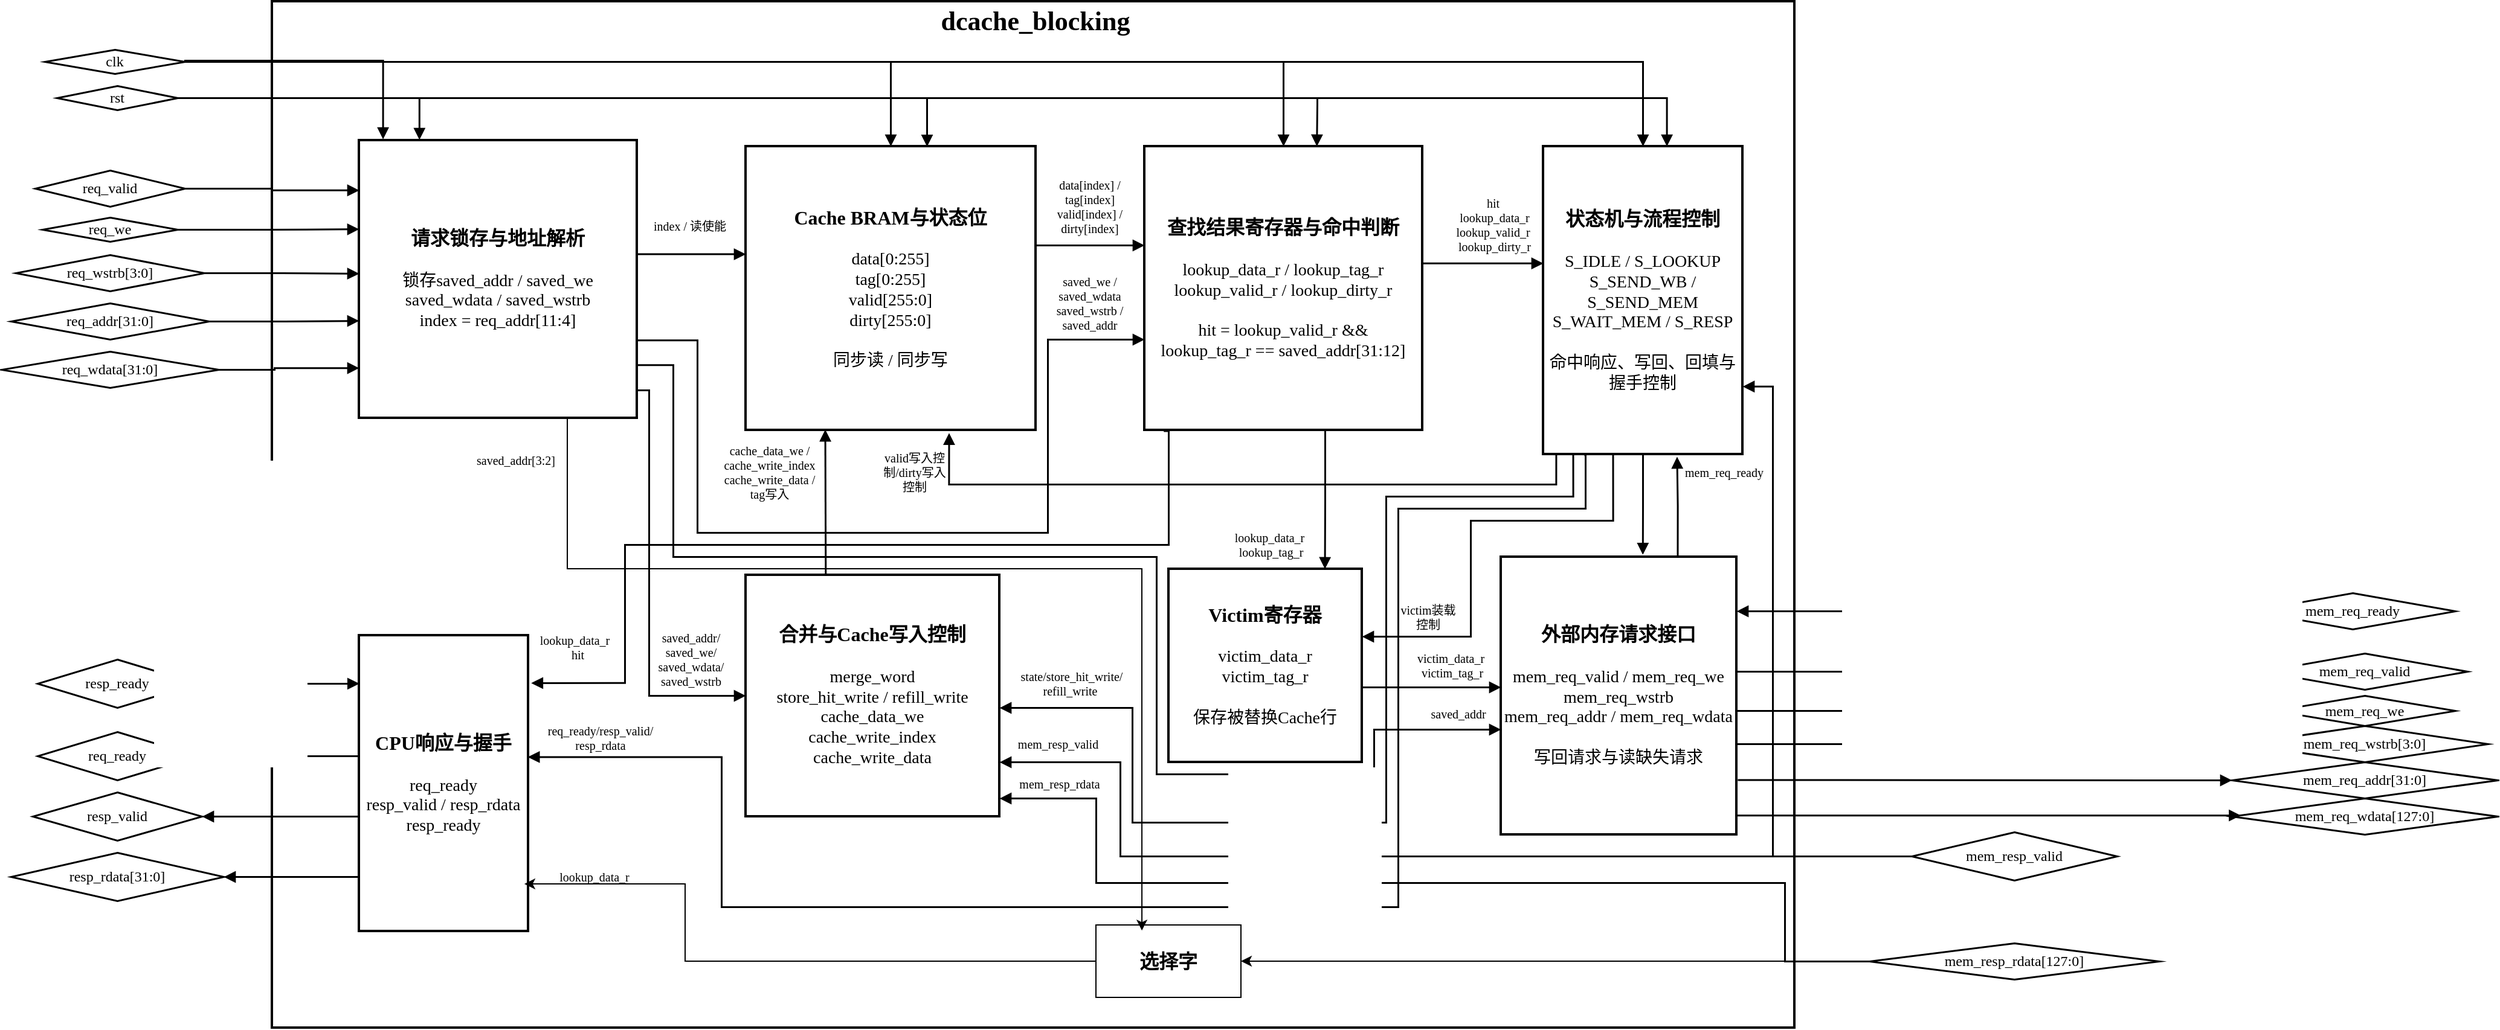
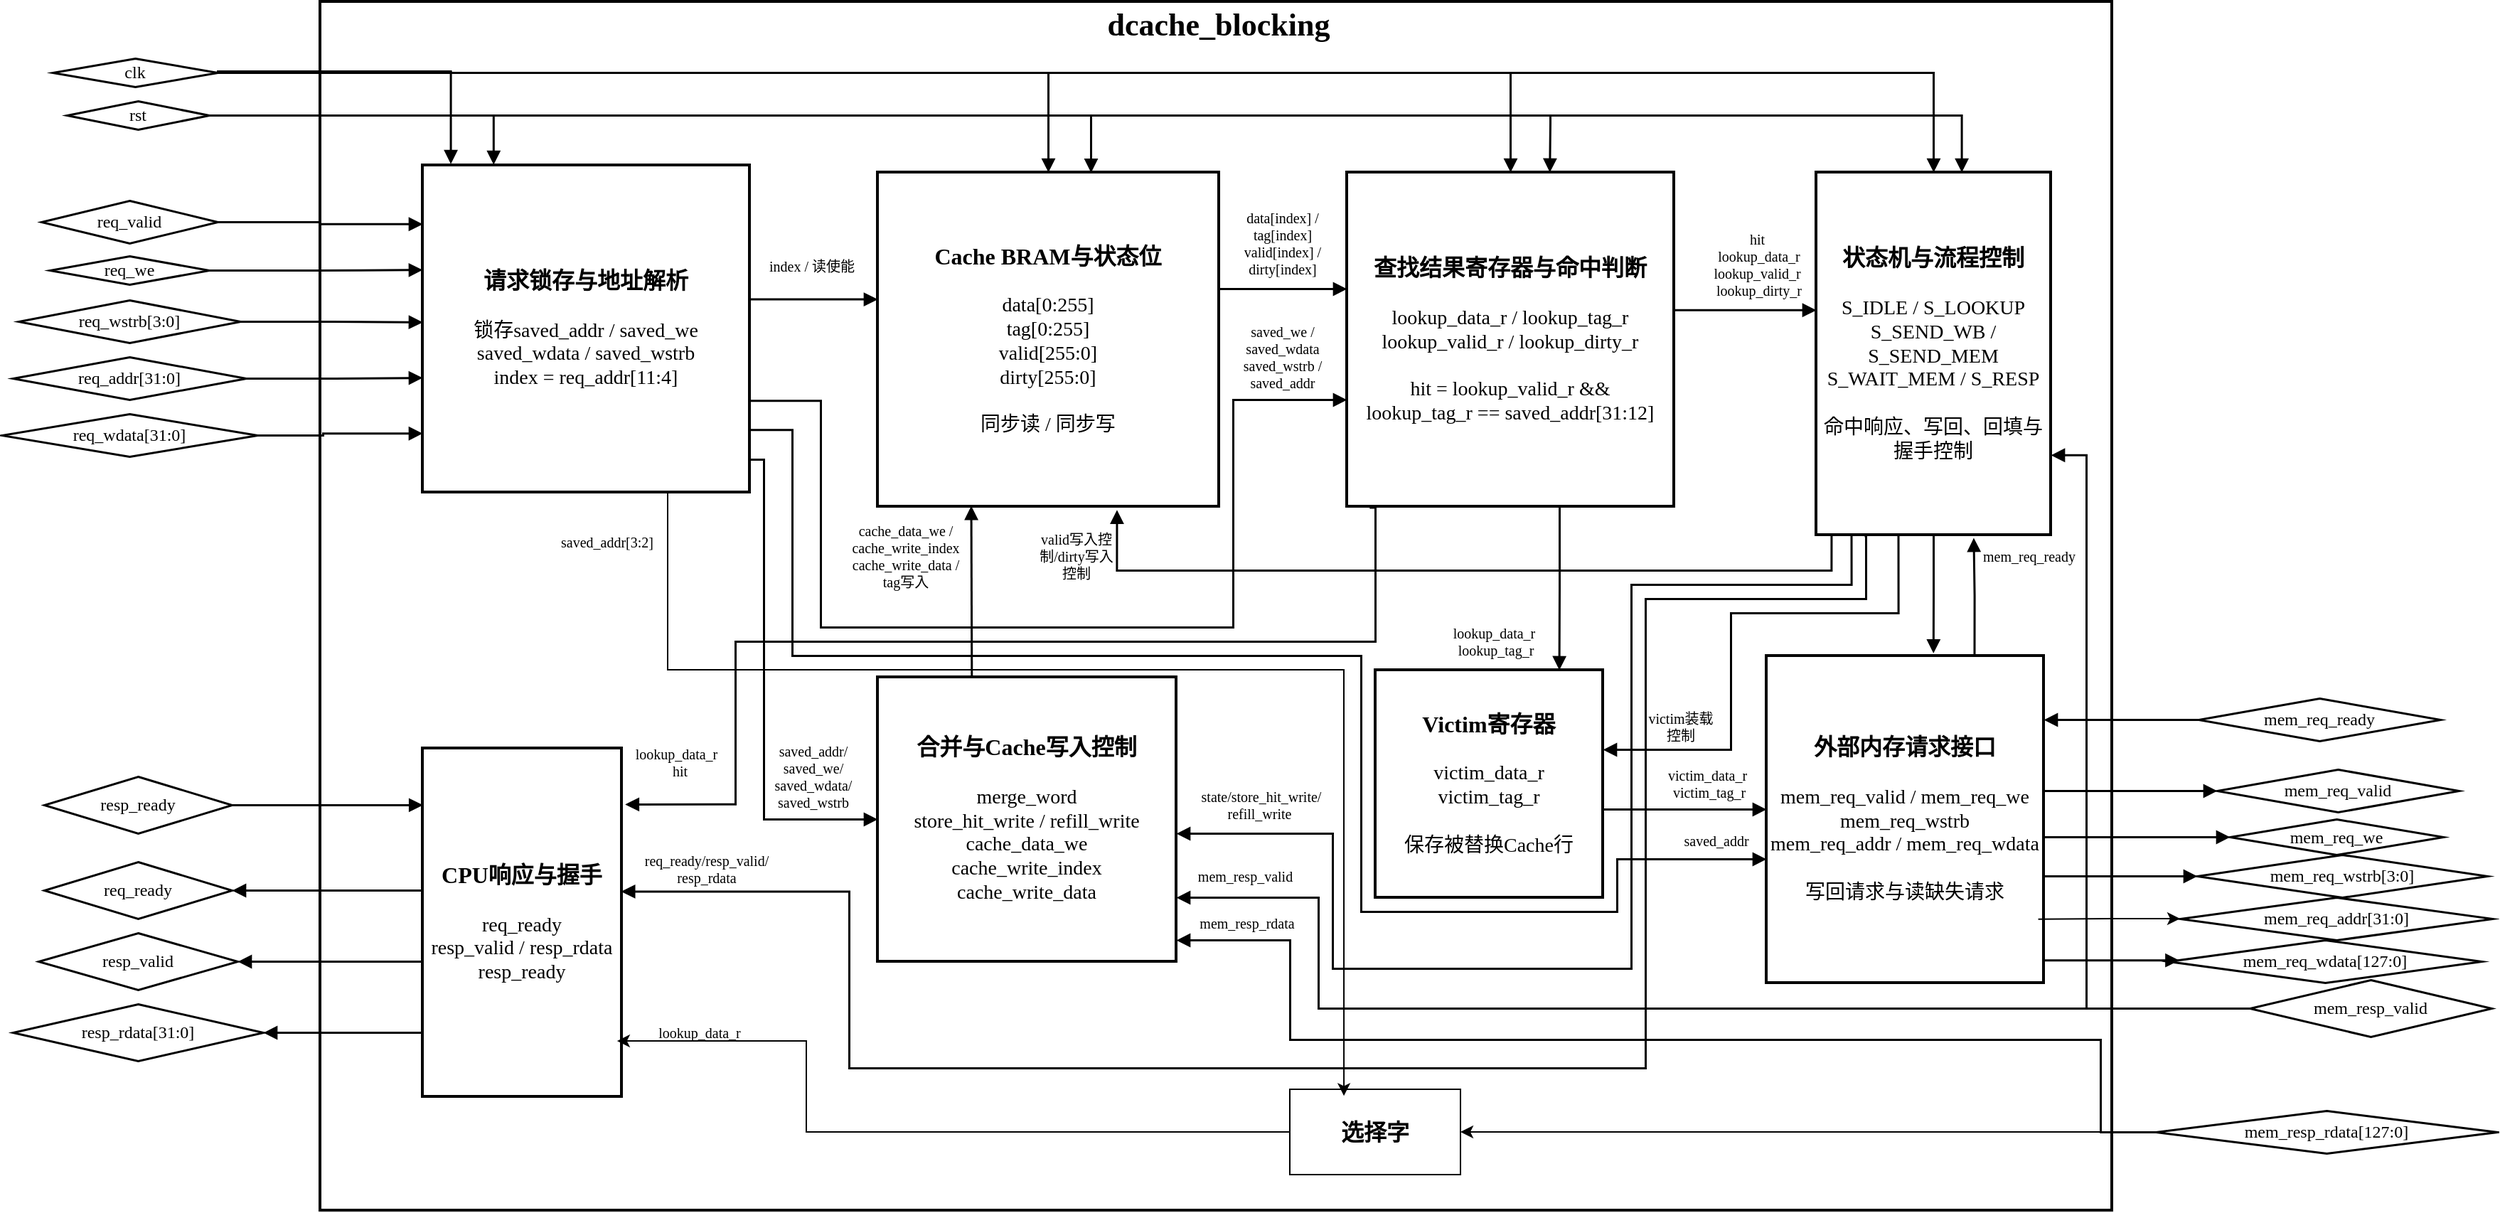
<mxfile host="Electron">
  <diagram id="dcache-bram-structure" name="dcache_blocking BRAM结构图">
-     <mxGraphModel dx="1712" dy="1002" grid="1" gridSize="10" guides="1" tooltips="1" connect="1" arrows="1" fold="1" page="1" pageScale="1" pageWidth="9800" pageHeight="5000" math="0" shadow="0">
+     <mxGraphModel dx="2568" dy="1503" grid="1" gridSize="10" guides="1" tooltips="1" connect="1" arrows="1" fold="1" page="1" pageScale="1" pageWidth="9800" pageHeight="5000" math="0" shadow="0">
      <root>
        <mxCell id="0" />
        <mxCell id="1" parent="0" />
        <mxCell id="outer" parent="1" style="rounded=0;whiteSpace=wrap;html=1;fillColor=none;strokeColor=#000000;strokeWidth=2;" value="" vertex="1">
          <mxGeometry height="850" width="1260" x="1638" y="1010" as="geometry" />
        </mxCell>
        <mxCell id="title" parent="1" style="text;html=1;whiteSpace=wrap;strokeColor=none;fillColor=none;align=center;verticalAlign=middle;fontFamily=Microsoft YaHei;" value="&lt;b&gt;&lt;font style=&quot;font-size:22px;&quot;&gt;dcache_blocking&lt;/font&gt;&lt;/b&gt;" vertex="1">
          <mxGeometry height="34" width="400" x="2070" y="1010" as="geometry" />
        </mxCell>
        <mxCell id="clk" parent="1" style="shape=rhombus;perimeter=rhombusPerimeter;whiteSpace=wrap;html=1;fillColor=#ffffff;strokeColor=#000000;strokeWidth=1.5;fontFamily=Comic Sans MS;fontSize=12;align=center;verticalAlign=middle;spacing=0;" value="clk" vertex="1">
          <mxGeometry height="20" width="116" x="1450" y="1050" as="geometry" />
        </mxCell>
        <mxCell id="rst" parent="1" style="shape=rhombus;perimeter=rhombusPerimeter;whiteSpace=wrap;html=1;fillColor=#ffffff;strokeColor=#000000;strokeWidth=1.5;fontFamily=Comic Sans MS;fontSize=12;align=center;verticalAlign=middle;spacing=0;" value="rst" vertex="1">
          <mxGeometry height="20" width="100" x="1460" y="1080" as="geometry" />
        </mxCell>
        <mxCell id="req_valid" parent="1" style="shape=rhombus;perimeter=rhombusPerimeter;whiteSpace=wrap;html=1;fillColor=#ffffff;strokeColor=#000000;strokeWidth=1.5;fontFamily=Comic Sans MS;fontSize=12;align=center;verticalAlign=middle;spacing=0;" value="req_valid" vertex="1">
          <mxGeometry height="30" width="124" x="1442" y="1150" as="geometry" />
        </mxCell>
        <mxCell id="req_we" parent="1" style="shape=rhombus;perimeter=rhombusPerimeter;whiteSpace=wrap;html=1;fillColor=#ffffff;strokeColor=#000000;strokeWidth=1.5;fontFamily=Comic Sans MS;fontSize=12;align=center;verticalAlign=middle;spacing=0;" value="req_we" vertex="1">
          <mxGeometry height="20" width="112" x="1448" y="1189" as="geometry" />
        </mxCell>
        <mxCell id="req_wstrb" parent="1" style="shape=rhombus;perimeter=rhombusPerimeter;whiteSpace=wrap;html=1;fillColor=#ffffff;strokeColor=#000000;strokeWidth=1.5;fontFamily=Comic Sans MS;fontSize=12;align=center;verticalAlign=middle;spacing=0;" value="req_wstrb[3:0]" vertex="1">
          <mxGeometry height="30" width="156" x="1426" y="1220" as="geometry" />
        </mxCell>
        <mxCell id="req_addr" parent="1" style="shape=rhombus;perimeter=rhombusPerimeter;whiteSpace=wrap;html=1;fillColor=#ffffff;strokeColor=#000000;strokeWidth=1.5;fontFamily=Comic Sans MS;fontSize=12;align=center;verticalAlign=middle;spacing=0;" value="req_addr[31:0]" vertex="1">
          <mxGeometry height="30" width="164" x="1422" y="1260" as="geometry" />
        </mxCell>
        <mxCell id="req_wdata" parent="1" style="shape=rhombus;perimeter=rhombusPerimeter;whiteSpace=wrap;html=1;fillColor=#ffffff;strokeColor=#000000;strokeWidth=1.5;fontFamily=Comic Sans MS;fontSize=12;align=center;verticalAlign=middle;spacing=0;" value="req_wdata[31:0]" vertex="1">
          <mxGeometry height="30" width="180" x="1414" y="1300" as="geometry" />
        </mxCell>
        <mxCell id="resp_ready" parent="1" style="shape=rhombus;perimeter=rhombusPerimeter;whiteSpace=wrap;html=1;fillColor=#ffffff;strokeColor=#000000;strokeWidth=1.5;fontFamily=Comic Sans MS;fontSize=12;align=center;verticalAlign=middle;spacing=0;" value="resp_ready" vertex="1">
          <mxGeometry height="40" width="132" x="1444" y="1555" as="geometry" />
        </mxCell>
        <mxCell id="req_ready" parent="1" style="shape=rhombus;perimeter=rhombusPerimeter;whiteSpace=wrap;html=1;fillColor=#ffffff;strokeColor=#000000;strokeWidth=1.5;fontFamily=Comic Sans MS;fontSize=12;align=center;verticalAlign=middle;spacing=0;" value="req_ready" vertex="1">
          <mxGeometry height="40" width="132" x="1444" y="1615" as="geometry" />
        </mxCell>
        <mxCell id="resp_valid" parent="1" style="shape=rhombus;perimeter=rhombusPerimeter;whiteSpace=wrap;html=1;fillColor=#ffffff;strokeColor=#000000;strokeWidth=1.5;fontFamily=Comic Sans MS;fontSize=12;align=center;verticalAlign=middle;spacing=0;" value="resp_valid" vertex="1">
          <mxGeometry height="40" width="140" x="1440" y="1665" as="geometry" />
        </mxCell>
        <mxCell id="resp_rdata" parent="1" style="shape=rhombus;perimeter=rhombusPerimeter;whiteSpace=wrap;html=1;fillColor=#ffffff;strokeColor=#000000;strokeWidth=1.5;fontFamily=Comic Sans MS;fontSize=12;align=center;verticalAlign=middle;spacing=0;" value="resp_rdata[31:0]" vertex="1">
          <mxGeometry height="40" width="176" x="1422" y="1715" as="geometry" />
        </mxCell>
        <mxCell id="mem_req_ready" parent="1" style="shape=rhombus;perimeter=rhombusPerimeter;whiteSpace=wrap;html=1;fillColor=#ffffff;strokeColor=#000000;strokeWidth=1.5;fontFamily=Comic Sans MS;fontSize=12;align=center;verticalAlign=middle;spacing=0;" value="mem_req_ready" vertex="1">
-           <mxGeometry height="30" width="170" x="3275" y="1500" as="geometry" />
+           <mxGeometry height="30" width="170" x="2959" y="1500" as="geometry" />
        </mxCell>
        <mxCell id="mem_req_valid" parent="1" style="shape=rhombus;perimeter=rhombusPerimeter;whiteSpace=wrap;html=1;fillColor=#ffffff;strokeColor=#000000;strokeWidth=1.5;fontFamily=Comic Sans MS;fontSize=12;align=center;verticalAlign=middle;spacing=0;" value="mem_req_valid" vertex="1">
-           <mxGeometry height="30" width="170" x="3285" y="1550" as="geometry" />
+           <mxGeometry height="30" width="170" x="2972" y="1550" as="geometry" />
        </mxCell>
        <mxCell id="mem_req_we" parent="1" style="shape=rhombus;perimeter=rhombusPerimeter;whiteSpace=wrap;html=1;fillColor=#ffffff;strokeColor=#000000;strokeWidth=1.5;fontFamily=Comic Sans MS;fontSize=12;align=center;verticalAlign=middle;spacing=0;" value="mem_req_we" vertex="1">
-           <mxGeometry height="25" width="150" x="3295" y="1585" as="geometry" />
+           <mxGeometry height="25" width="150" x="2981" y="1585" as="geometry" />
        </mxCell>
        <mxCell id="mem_req_wstrb" parent="1" style="shape=rhombus;perimeter=rhombusPerimeter;whiteSpace=wrap;html=1;fillColor=#ffffff;strokeColor=#000000;strokeWidth=1.5;fontFamily=Comic Sans MS;fontSize=12;align=center;verticalAlign=middle;spacing=0;" value="mem_req_wstrb[3:0]" vertex="1">
-           <mxGeometry height="30" width="204" x="3268" y="1610" as="geometry" />
+           <mxGeometry height="30" width="204" x="2958" y="1610" as="geometry" />
        </mxCell>
        <mxCell id="mem_req_addr" parent="1" style="shape=rhombus;perimeter=rhombusPerimeter;whiteSpace=wrap;html=1;fillColor=#ffffff;strokeColor=#000000;strokeWidth=1.5;fontFamily=Comic Sans MS;fontSize=12;align=center;verticalAlign=middle;spacing=0;" value="mem_req_addr[31:0]" vertex="1">
-           <mxGeometry height="30" width="220" x="3260" y="1640" as="geometry" />
+           <mxGeometry height="30" width="220" x="2946" y="1640" as="geometry" />
        </mxCell>
        <mxCell id="mem_req_wdata" parent="1" style="shape=rhombus;perimeter=rhombusPerimeter;whiteSpace=wrap;html=1;fillColor=#ffffff;strokeColor=#000000;strokeWidth=1.5;fontFamily=Comic Sans MS;fontSize=12;align=center;verticalAlign=middle;spacing=0;" value="mem_req_wdata[127:0]" vertex="1">
-           <mxGeometry height="30" width="220" x="3260" y="1670" as="geometry" />
+           <mxGeometry height="30" width="220" x="2938" y="1670" as="geometry" />
        </mxCell>
        <mxCell id="mem_resp_valid" parent="1" style="shape=rhombus;perimeter=rhombusPerimeter;whiteSpace=wrap;html=1;fillColor=#ffffff;strokeColor=#000000;strokeWidth=1.5;fontFamily=Comic Sans MS;fontSize=12;align=center;verticalAlign=middle;spacing=0;" value="mem_resp_valid" vertex="1">
          <mxGeometry height="40" width="170" x="2995" y="1698" as="geometry" />
        </mxCell>
        <mxCell id="gMSO8IlLOEOy60AofxWl-15" edge="1" parent="1" source="mem_resp_rdata" style="edgeStyle=orthogonalEdgeStyle;rounded=0;orthogonalLoop=1;jettySize=auto;html=1;exitX=0;exitY=0.5;exitDx=0;exitDy=0;" target="gMSO8IlLOEOy60AofxWl-13">
          <mxGeometry relative="1" as="geometry">
            <mxPoint x="2460" y="1805" as="targetPoint" />
          </mxGeometry>
        </mxCell>
        <mxCell id="mem_resp_rdata" parent="1" style="shape=rhombus;perimeter=rhombusPerimeter;whiteSpace=wrap;html=1;fillColor=#ffffff;strokeColor=#000000;strokeWidth=1.5;fontFamily=Comic Sans MS;fontSize=12;align=center;verticalAlign=middle;spacing=0;" value="mem_resp_rdata[127:0]" vertex="1">
-           <mxGeometry height="30" width="240" x="2960" y="1790" as="geometry" />
+           <mxGeometry height="30" width="240" x="2929" y="1790" as="geometry" />
        </mxCell>
        <mxCell id="req_latch" parent="1" style="rounded=0;whiteSpace=wrap;html=1;fillColor=#ffffff;strokeColor=#000000;strokeWidth=2;align=center;verticalAlign=middle;fontFamily=Microsoft YaHei;fontSize=14;" value="&lt;b&gt;&lt;font style=&quot;font-size:16px;&quot;&gt;请求锁存与地址解析&lt;/font&gt;&lt;/b&gt;&lt;br&gt;&lt;br&gt;锁存saved_addr / saved_we&lt;br&gt;saved_wdata / saved_wstrb&lt;br&gt;index = req_addr[11:4]" vertex="1">
          <mxGeometry height="230" width="230" x="1710" y="1125" as="geometry" />
        </mxCell>
        <mxCell id="cache_bram" parent="1" style="rounded=0;whiteSpace=wrap;html=1;fillColor=#ffffff;strokeColor=#000000;strokeWidth=2;align=center;verticalAlign=middle;fontFamily=Microsoft YaHei;fontSize=14;" value="&lt;b&gt;&lt;font style=&quot;font-size:16px;&quot;&gt;Cache BRAM与状态位&lt;/font&gt;&lt;/b&gt;&lt;br&gt;&lt;br&gt;data[0:255]&lt;br&gt;tag[0:255]&lt;br&gt;valid[255:0]&lt;br&gt;dirty[255:0]&lt;br&gt;&lt;br&gt;同步读 / 同步写" vertex="1">
          <mxGeometry height="235" width="240" x="2030" y="1130" as="geometry" />
        </mxCell>
        <mxCell id="lookup" parent="1" style="rounded=0;whiteSpace=wrap;html=1;fillColor=#ffffff;strokeColor=#000000;strokeWidth=2;align=center;verticalAlign=middle;fontFamily=Microsoft YaHei;fontSize=14;" value="&lt;b&gt;&lt;font style=&quot;font-size:16px;&quot;&gt;查找结果寄存器与命中判断&lt;/font&gt;&lt;/b&gt;&lt;br&gt;&lt;br&gt;lookup_data_r / lookup_tag_r&lt;br&gt;lookup_valid_r / lookup_dirty_r&lt;br&gt;&lt;br&gt;hit = lookup_valid_r &amp;amp;&amp;amp;&lt;br&gt;lookup_tag_r == saved_addr[31:12]" vertex="1">
          <mxGeometry height="235" width="230" x="2360" y="1130" as="geometry" />
        </mxCell>
        <mxCell id="fsm" parent="1" style="rounded=0;whiteSpace=wrap;html=1;fillColor=#ffffff;strokeColor=#000000;strokeWidth=2;align=center;verticalAlign=middle;fontFamily=Microsoft YaHei;fontSize=14;" value="&lt;b&gt;&lt;font style=&quot;font-size:16px;&quot;&gt;状态机与流程控制&lt;/font&gt;&lt;/b&gt;&lt;br&gt;&lt;br&gt;S_IDLE / S_LOOKUP&lt;br&gt;S_SEND_WB / S_SEND_MEM&lt;br&gt;S_WAIT_MEM / S_RESP&lt;br&gt;&lt;br&gt;命中响应、写回、回填与握手控制" vertex="1">
          <mxGeometry height="255" width="165" x="2690" y="1130" as="geometry" />
        </mxCell>
        <mxCell id="merge" parent="1" style="rounded=0;whiteSpace=wrap;html=1;fillColor=#ffffff;strokeColor=#000000;strokeWidth=2;align=center;verticalAlign=middle;fontFamily=Microsoft YaHei;fontSize=14;" value="&lt;b&gt;&lt;font style=&quot;font-size:16px;&quot;&gt;合并与Cache写入控制&lt;/font&gt;&lt;/b&gt;&lt;br&gt;&lt;br&gt;merge_word&lt;br&gt;store_hit_write / refill_write&lt;br&gt;cache_data_we&lt;br&gt;cache_write_index&lt;br&gt;cache_write_data" vertex="1">
          <mxGeometry height="200" width="210" x="2030" y="1485" as="geometry" />
        </mxCell>
        <mxCell id="victim" parent="1" style="rounded=0;whiteSpace=wrap;html=1;fillColor=#ffffff;strokeColor=#000000;strokeWidth=2;align=center;verticalAlign=middle;fontFamily=Microsoft YaHei;fontSize=14;" value="&lt;b&gt;&lt;font style=&quot;font-size:16px;&quot;&gt;Victim寄存器&lt;/font&gt;&lt;/b&gt;&lt;br&gt;&lt;br&gt;victim_data_r&lt;br&gt;victim_tag_r&lt;br&gt;&lt;br&gt;保存被替换Cache行" vertex="1">
          <mxGeometry height="160" width="160" x="2380" y="1480" as="geometry" />
        </mxCell>
        <mxCell id="mem_if" parent="1" style="rounded=0;whiteSpace=wrap;html=1;fillColor=#ffffff;strokeColor=#000000;strokeWidth=2;align=center;verticalAlign=middle;fontFamily=Microsoft YaHei;fontSize=14;" value="&lt;b&gt;&lt;font style=&quot;font-size:16px;&quot;&gt;外部内存请求接口&lt;/font&gt;&lt;/b&gt;&lt;br&gt;&lt;br&gt;mem_req_valid / mem_req_we&lt;br&gt;mem_req_wstrb&lt;br&gt;mem_req_addr / mem_req_wdata&lt;br&gt;&lt;br&gt;写回请求与读缺失请求" vertex="1">
          <mxGeometry height="230" width="195" x="2655" y="1470" as="geometry" />
        </mxCell>
        <mxCell id="cpu_resp" parent="1" style="rounded=0;whiteSpace=wrap;html=1;fillColor=#ffffff;strokeColor=#000000;strokeWidth=2;align=center;verticalAlign=middle;fontFamily=Microsoft YaHei;fontSize=14;" value="&lt;b&gt;&lt;font style=&quot;font-size:16px;&quot;&gt;CPU响应与握手&lt;/font&gt;&lt;/b&gt;&lt;br&gt;&lt;br&gt;req_ready&lt;br&gt;resp_valid / resp_rdata&lt;br&gt;resp_ready" vertex="1">
          <mxGeometry height="245" width="140" x="1710" y="1535" as="geometry" />
        </mxCell>
        <mxCell id="e_req_valid" edge="1" parent="1" source="req_valid" style="edgeStyle=orthogonalEdgeStyle;rounded=0;orthogonalLoop=1;jettySize=auto;html=1;endArrow=block;endFill=1;strokeWidth=1.5;exitX=1;exitY=0.5;entryX=0;entryY=0.18;" target="req_latch" value="">
          <mxGeometry relative="1" as="geometry" />
        </mxCell>
        <mxCell id="e_req_we" edge="1" parent="1" source="req_we" style="edgeStyle=orthogonalEdgeStyle;rounded=0;orthogonalLoop=1;jettySize=auto;html=1;endArrow=block;endFill=1;strokeWidth=1.5;exitX=1;exitY=0.5;entryX=0;entryY=0.32;" target="req_latch" value="">
          <mxGeometry relative="1" as="geometry" />
        </mxCell>
        <mxCell id="e_req_wstrb" edge="1" parent="1" source="req_wstrb" style="edgeStyle=orthogonalEdgeStyle;rounded=0;orthogonalLoop=1;jettySize=auto;html=1;endArrow=block;endFill=1;strokeWidth=1.5;exitX=1;exitY=0.5;entryX=0;entryY=0.48;" target="req_latch" value="">
          <mxGeometry relative="1" as="geometry" />
        </mxCell>
        <mxCell id="e_req_addr" edge="1" parent="1" source="req_addr" style="edgeStyle=orthogonalEdgeStyle;rounded=0;orthogonalLoop=1;jettySize=auto;html=1;endArrow=block;endFill=1;strokeWidth=1.5;exitX=1;exitY=0.5;entryX=0;entryY=0.65;" target="req_latch" value="">
          <mxGeometry relative="1" as="geometry" />
        </mxCell>
        <mxCell id="e_req_wdata" edge="1" parent="1" source="req_wdata" style="edgeStyle=orthogonalEdgeStyle;rounded=0;orthogonalLoop=1;jettySize=auto;html=1;endArrow=block;endFill=1;strokeWidth=1.5;exitX=1;exitY=0.5;entryX=0;entryY=0.82;" target="req_latch" value="">
          <mxGeometry relative="1" as="geometry">
            <Array as="points">
              <mxPoint x="1640" y="1315" />
              <mxPoint x="1640" y="1314" />
            </Array>
          </mxGeometry>
        </mxCell>
        <mxCell id="e_latch_bram" edge="1" parent="1" source="req_latch" style="edgeStyle=orthogonalEdgeStyle;rounded=0;orthogonalLoop=1;jettySize=auto;html=1;endArrow=block;endFill=1;strokeWidth=1.5;exitX=1;exitY=0.38;entryX=0;entryY=0.38;" target="cache_bram" value="">
          <mxGeometry relative="1" as="geometry">
            <Array as="points">
              <mxPoint x="1940" y="1219" />
            </Array>
          </mxGeometry>
        </mxCell>
        <mxCell id="lbl_latch_bram" parent="1" style="text;html=1;whiteSpace=wrap;strokeColor=none;fillColor=#ffffff;align=center;verticalAlign=middle;fontFamily=Comic Sans MS;fontSize=10;" value="index / 读使能" vertex="1">
          <mxGeometry height="9" width="76" x="1946" y="1191" as="geometry" />
        </mxCell>
        <mxCell id="e_latch_lookup" edge="1" parent="1" source="req_latch" style="edgeStyle=orthogonalEdgeStyle;rounded=0;orthogonalLoop=1;jettySize=auto;html=1;endArrow=block;endFill=1;strokeWidth=1.5;exitX=1;exitY=0.72;" value="">
          <mxGeometry relative="1" as="geometry">
            <Array as="points">
              <mxPoint x="1990" y="1291" />
              <mxPoint x="1990" y="1450" />
              <mxPoint x="2280" y="1450" />
              <mxPoint x="2280" y="1290" />
            </Array>
            <mxPoint x="2360" y="1290" as="targetPoint" />
          </mxGeometry>
        </mxCell>
        <mxCell id="lbl_latch_lookup" parent="1" style="text;html=1;whiteSpace=wrap;strokeColor=none;fillColor=#ffffff;align=center;verticalAlign=middle;fontFamily=Comic Sans MS;fontSize=10;" value="saved_addr/ saved_we/&lt;br&gt;saved_wdata/ saved_wstrb" vertex="1">
          <mxGeometry height="10" width="30" x="1970" y="1550" as="geometry" />
        </mxCell>
        <mxCell id="e_bram_lookup" edge="1" parent="1" source="cache_bram" style="edgeStyle=orthogonalEdgeStyle;rounded=0;orthogonalLoop=1;jettySize=auto;html=1;endArrow=block;endFill=1;strokeWidth=1.5;exitX=0.999;exitY=0.388;exitDx=0;exitDy=0;exitPerimeter=0;" value="">
          <mxGeometry relative="1" as="geometry">
            <Array as="points">
              <mxPoint x="2270" y="1212" />
            </Array>
            <mxPoint x="2360" y="1212" as="targetPoint" />
          </mxGeometry>
        </mxCell>
        <mxCell id="lbl_bram_lookup" parent="1" style="text;html=1;whiteSpace=wrap;strokeColor=none;fillColor=#ffffff;align=center;verticalAlign=middle;fontFamily=Comic Sans MS;fontSize=10;" value="data[index] / tag[index]&lt;br&gt;valid[index] / dirty[index]" vertex="1">
          <mxGeometry height="40" width="70" x="2280" y="1160" as="geometry" />
        </mxCell>
        <mxCell id="e_lookup_fsm" edge="1" parent="1" source="lookup" style="edgeStyle=orthogonalEdgeStyle;rounded=0;orthogonalLoop=1;jettySize=auto;html=1;endArrow=block;endFill=1;strokeWidth=1.5;exitX=0.998;exitY=0.36;entryX=0;entryY=0.38;exitDx=0;exitDy=0;exitPerimeter=0;" target="fsm" value="">
          <mxGeometry relative="1" as="geometry">
            <Array as="points">
              <mxPoint x="2590" y="1227" />
            </Array>
          </mxGeometry>
        </mxCell>
        <mxCell id="lbl_lookup_fsm" parent="1" style="text;html=1;whiteSpace=wrap;strokeColor=none;fillColor=#ffffff;align=center;verticalAlign=middle;fontFamily=Comic Sans MS;fontSize=10;" value="hit&amp;nbsp; lookup_data_r&lt;br&gt;lookup_valid_r&amp;nbsp; lookup_dirty_r" vertex="1">
          <mxGeometry height="30" width="60" x="2620" y="1180" as="geometry" />
        </mxCell>
        <mxCell id="e_latch_merge" edge="1" parent="1" source="req_latch" style="edgeStyle=orthogonalEdgeStyle;rounded=0;orthogonalLoop=1;jettySize=auto;html=1;endArrow=block;endFill=1;strokeWidth=1.5;exitX=1;exitY=0.90;entryX=0;entryY=0.5;entryDx=0;entryDy=0;" target="merge" value="">
          <mxGeometry relative="1" as="geometry">
            <Array as="points">
              <mxPoint x="1950" y="1332" />
              <mxPoint x="1950" y="1585" />
            </Array>
          </mxGeometry>
        </mxCell>
        <mxCell id="lbl_latch_merge" parent="1" style="text;html=1;whiteSpace=wrap;strokeColor=none;fillColor=#ffffff;align=center;verticalAlign=middle;fontFamily=Comic Sans MS;fontSize=10;" value="saved_we / saved_wdata&lt;br&gt;saved_wstrb / saved_addr" vertex="1">
          <mxGeometry height="40" width="70" x="2280" y="1240" as="geometry" />
        </mxCell>
        <mxCell id="e_lookup_merge" edge="1" parent="1" source="lookup" style="edgeStyle=orthogonalEdgeStyle;rounded=0;orthogonalLoop=1;jettySize=auto;html=1;endArrow=block;endFill=1;strokeWidth=1.5;exitX=0.069;exitY=1.003;entryX=1.017;entryY=0.161;exitDx=0;exitDy=0;exitPerimeter=0;entryDx=0;entryDy=0;entryPerimeter=0;" target="cpu_resp" value="">
          <mxGeometry relative="1" as="geometry">
            <Array as="points">
              <mxPoint x="2380" y="1366" />
              <mxPoint x="2380" y="1460" />
              <mxPoint x="1930" y="1460" />
              <mxPoint x="1930" y="1574" />
            </Array>
          </mxGeometry>
        </mxCell>
        <mxCell id="lbl_lookup_merge" parent="1" style="text;html=1;whiteSpace=wrap;strokeColor=none;fillColor=#ffffff;align=center;verticalAlign=middle;fontFamily=Comic Sans MS;fontSize=10;" value="lookup_data_r&amp;nbsp;&lt;div&gt;&amp;nbsp;hit&lt;/div&gt;" vertex="1">
          <mxGeometry height="10" width="60" x="1860" y="1540" as="geometry" />
        </mxCell>
        <mxCell id="e_merge_bram" edge="1" parent="1" source="merge" style="edgeStyle=orthogonalEdgeStyle;rounded=0;orthogonalLoop=1;jettySize=auto;html=1;endArrow=block;endFill=1;strokeWidth=1.5;exitX=0.315;exitY=0;entryX=0.274;entryY=0.998;entryDx=0;entryDy=0;entryPerimeter=0;exitDx=0;exitDy=0;exitPerimeter=0;" target="cache_bram" value="">
          <mxGeometry relative="1" as="geometry">
            <Array as="points">
              <mxPoint x="2096" y="1485" />
            </Array>
          </mxGeometry>
        </mxCell>
        <mxCell id="lbl_merge_bram" parent="1" style="text;html=1;whiteSpace=wrap;strokeColor=none;fillColor=#ffffff;align=center;verticalAlign=middle;fontFamily=Comic Sans MS;fontSize=10;" value="cache_data_we / cache_write_index&lt;br&gt;cache_write_data / tag写入" vertex="1">
          <mxGeometry height="60" width="20" x="2040" y="1370" as="geometry" />
        </mxCell>
        <mxCell id="e_lookup_victim" edge="1" parent="1" source="lookup" style="edgeStyle=orthogonalEdgeStyle;rounded=0;orthogonalLoop=1;jettySize=auto;html=1;endArrow=block;endFill=1;strokeWidth=1.5;exitX=0.65;exitY=1;entryX=0.808;entryY=0;entryDx=0;entryDy=0;entryPerimeter=0;" target="victim" value="">
          <mxGeometry relative="1" as="geometry" />
        </mxCell>
        <mxCell id="lbl_lookup_victim" parent="1" style="text;html=1;whiteSpace=wrap;strokeColor=none;fillColor=#ffffff;align=center;verticalAlign=middle;fontFamily=Comic Sans MS;fontSize=10;" value="lookup_data_r&amp;nbsp; lookup_tag_r" vertex="1">
          <mxGeometry height="20" width="70" x="2430" y="1450" as="geometry" />
        </mxCell>
        <mxCell id="e_fsm_victim" edge="1" parent="1" source="fsm" style="edgeStyle=orthogonalEdgeStyle;rounded=0;orthogonalLoop=1;jettySize=auto;html=1;endArrow=block;endFill=1;strokeWidth=1.5;exitX=0.35;exitY=1;entryX=1;entryY=0.35;" target="victim" value="">
          <mxGeometry relative="1" as="geometry">
            <Array as="points">
              <mxPoint x="2748" y="1440" />
              <mxPoint x="2630" y="1440" />
              <mxPoint x="2630" y="1536" />
            </Array>
          </mxGeometry>
        </mxCell>
        <mxCell id="lbl_fsm_victim" parent="1" style="text;html=1;whiteSpace=wrap;strokeColor=none;fillColor=#ffffff;align=center;verticalAlign=middle;fontFamily=Comic Sans MS;fontSize=10;" value="victim装载控制" vertex="1">
          <mxGeometry height="20" width="50" x="2570" y="1510" as="geometry" />
        </mxCell>
        <mxCell id="e_fsm_memif" edge="1" parent="1" source="fsm" style="edgeStyle=orthogonalEdgeStyle;rounded=0;orthogonalLoop=1;jettySize=auto;html=1;endArrow=block;endFill=1;strokeWidth=1.5;exitX=0.5;exitY=1;exitDx=0;exitDy=0;entryX=0.602;entryY=-0.008;entryDx=0;entryDy=0;entryPerimeter=0;" target="mem_if" value="">
          <mxGeometry relative="1" as="geometry">
            <Array as="points" />
          </mxGeometry>
        </mxCell>
        <mxCell id="e_victim_memif" edge="1" parent="1" source="victim" style="edgeStyle=orthogonalEdgeStyle;rounded=0;orthogonalLoop=1;jettySize=auto;html=1;endArrow=block;endFill=1;strokeWidth=1.5;exitX=1;exitY=0.50;" target="mem_if" value="">
          <mxGeometry relative="1" as="geometry">
            <Array as="points">
              <mxPoint x="2540" y="1578" />
            </Array>
          </mxGeometry>
        </mxCell>
        <mxCell id="lbl_victim_memif" parent="1" style="text;html=1;whiteSpace=wrap;strokeColor=none;fillColor=#ffffff;align=center;verticalAlign=middle;fontFamily=Comic Sans MS;fontSize=10;" value="victim_data_r&amp;nbsp; victim_tag_r" vertex="1">
          <mxGeometry width="50" x="2590" y="1560" as="geometry" />
        </mxCell>
        <mxCell id="e_latch_memif" edge="1" parent="1" source="req_latch" style="edgeStyle=orthogonalEdgeStyle;rounded=0;orthogonalLoop=1;jettySize=auto;html=1;endArrow=block;endFill=1;strokeWidth=1.5;exitX=1.002;exitY=0.809;exitDx=0;exitDy=0;exitPerimeter=0;" target="mem_if" value="">
          <mxGeometry relative="1" as="geometry">
            <Array as="points">
              <mxPoint x="1970" y="1311" />
              <mxPoint x="1970" y="1470" />
              <mxPoint x="2370" y="1470" />
              <mxPoint x="2370" y="1650" />
              <mxPoint x="2550" y="1650" />
              <mxPoint x="2550" y="1613" />
            </Array>
          </mxGeometry>
        </mxCell>
        <mxCell id="lbl_latch_memif" parent="1" style="text;html=1;whiteSpace=wrap;strokeColor=none;fillColor=#ffffff;align=center;verticalAlign=middle;fontFamily=Comic Sans MS;fontSize=10;" value="&lt;span style=&quot;color: rgb(0, 0, 0); text-align: start; caret-color: rgb(0, 0, 0); white-space: pre-wrap; background-color: rgb(255, 255, 255);&quot;&gt;&lt;font face=&quot;Comic Sans MS&quot; style=&quot;&quot;&gt;mem_req_ready&lt;/font&gt;&lt;/span&gt;" vertex="1">
          <mxGeometry height="20" width="40" x="2820" y="1390" as="geometry" />
        </mxCell>
        <mxCell id="e_fsm_cpuresp" edge="1" parent="1" source="fsm" style="edgeStyle=orthogonalEdgeStyle;rounded=0;orthogonalLoop=1;jettySize=auto;html=1;endArrow=block;endFill=1;strokeWidth=1.5;exitX=0.15;exitY=1;entryX=1;entryY=0.55;entryDx=0;entryDy=0;entryPerimeter=0;" target="merge" value="">
          <mxGeometry relative="1" as="geometry">
            <Array as="points">
              <mxPoint x="2715" y="1420" />
              <mxPoint x="2560" y="1420" />
              <mxPoint x="2560" y="1690" />
              <mxPoint x="2350" y="1690" />
              <mxPoint x="2350" y="1595" />
            </Array>
          </mxGeometry>
        </mxCell>
        <mxCell id="lbl_fsm_cpuresp" parent="1" style="text;html=1;whiteSpace=wrap;strokeColor=none;fillColor=#ffffff;align=center;verticalAlign=middle;fontFamily=Comic Sans MS;fontSize=10;" value="&lt;span style=&quot;color: rgb(0, 0, 0); text-align: start; caret-color: rgb(0, 0, 0); white-space: pre-wrap; background-color: rgb(255, 255, 255);&quot;&gt;&lt;font face=&quot;Comic Sans MS&quot; style=&quot;&quot;&gt;valid写入控制/dirty写入控制&lt;/font&gt;&lt;/span&gt;" vertex="1">
          <mxGeometry height="40" width="60" x="2140" y="1380" as="geometry" />
        </mxCell>
        <mxCell id="lbl_lookup_cpuresp" parent="1" style="text;html=1;whiteSpace=wrap;strokeColor=none;fillColor=#ffffff;align=center;verticalAlign=middle;fontFamily=Comic Sans MS;fontSize=10;" value="lookup_data_r" vertex="1">
          <mxGeometry height="20" width="70" x="1870" y="1725" as="geometry" />
        </mxCell>
        <mxCell id="e_resp_ready" edge="1" parent="1" source="resp_ready" style="edgeStyle=orthogonalEdgeStyle;rounded=0;orthogonalLoop=1;jettySize=auto;html=1;endArrow=block;endFill=1;strokeWidth=1.5;exitX=1;exitY=0.5;entryX=0.001;entryY=0.163;entryDx=0;entryDy=0;entryPerimeter=0;" target="cpu_resp" value="">
          <mxGeometry relative="1" as="geometry" />
        </mxCell>
        <mxCell id="e_req_ready" edge="1" parent="1" style="edgeStyle=orthogonalEdgeStyle;rounded=0;orthogonalLoop=1;jettySize=auto;html=1;endArrow=block;endFill=1;strokeWidth=1.5;entryX=1;entryY=0.5;" target="req_ready" value="">
          <mxGeometry relative="1" as="geometry">
            <Array as="points">
              <mxPoint x="1710" y="1697" />
              <mxPoint x="1710" y="1635" />
            </Array>
            <mxPoint x="1710" y="1690" as="sourcePoint" />
          </mxGeometry>
        </mxCell>
        <mxCell id="e_resp_valid" edge="1" parent="1" source="cpu_resp" style="edgeStyle=orthogonalEdgeStyle;rounded=0;orthogonalLoop=1;jettySize=auto;html=1;endArrow=block;endFill=1;strokeWidth=1.5;exitX=0;exitY=0.5;entryX=1;entryY=0.5;" target="resp_valid" value="">
          <mxGeometry relative="1" as="geometry">
            <Array as="points">
              <mxPoint x="1710" y="1685" />
            </Array>
          </mxGeometry>
        </mxCell>
        <mxCell id="e_resp_rdata" edge="1" parent="1" source="cpu_resp" style="edgeStyle=orthogonalEdgeStyle;rounded=0;orthogonalLoop=1;jettySize=auto;html=1;endArrow=block;endFill=1;strokeWidth=1.5;exitX=0;exitY=0.8;entryX=1;entryY=0.5;" target="resp_rdata" value="">
          <mxGeometry relative="1" as="geometry">
            <Array as="points">
              <mxPoint x="1710" y="1735" />
            </Array>
          </mxGeometry>
        </mxCell>
        <mxCell id="e_memready" edge="1" parent="1" source="mem_req_ready" style="edgeStyle=orthogonalEdgeStyle;rounded=0;orthogonalLoop=1;jettySize=auto;html=1;endArrow=block;endFill=1;strokeWidth=1.5;exitX=0;exitY=0.5;" value="">
          <mxGeometry relative="1" as="geometry">
            <Array as="points" />
            <mxPoint x="2850" y="1515" as="targetPoint" />
          </mxGeometry>
        </mxCell>
        <mxCell id="e_mem_req_valid" edge="1" parent="1" source="mem_if" style="edgeStyle=orthogonalEdgeStyle;rounded=0;orthogonalLoop=1;jettySize=auto;html=1;endArrow=block;endFill=1;strokeWidth=1.5;exitX=1;exitY=0.18;entryX=0;entryY=0.5;" target="mem_req_valid" value="">
          <mxGeometry relative="1" as="geometry">
            <Array as="points">
              <mxPoint x="2850" y="1565" />
            </Array>
          </mxGeometry>
        </mxCell>
        <mxCell id="e_mem_req_we" edge="1" parent="1" source="mem_if" style="edgeStyle=orthogonalEdgeStyle;rounded=0;orthogonalLoop=1;jettySize=auto;html=1;endArrow=block;endFill=1;strokeWidth=1.5;exitX=1;exitY=0.34;entryX=0;entryY=0.5;" target="mem_req_we" value="">
          <mxGeometry relative="1" as="geometry">
            <Array as="points">
              <mxPoint x="2850" y="1598" />
            </Array>
          </mxGeometry>
        </mxCell>
        <mxCell id="e_mem_req_wstrb" edge="1" parent="1" source="mem_if" style="edgeStyle=orthogonalEdgeStyle;rounded=0;orthogonalLoop=1;jettySize=auto;html=1;endArrow=block;endFill=1;strokeWidth=1.5;exitX=1;exitY=0.5;entryX=0;entryY=0.5;" target="mem_req_wstrb" value="">
          <mxGeometry relative="1" as="geometry">
            <Array as="points">
              <mxPoint x="2850" y="1625" />
            </Array>
          </mxGeometry>
        </mxCell>
-         <mxCell id="e_mem_req_addr" edge="1" parent="1" source="mem_if" style="edgeStyle=orthogonalEdgeStyle;rounded=0;orthogonalLoop=1;jettySize=auto;html=1;endArrow=block;endFill=1;strokeWidth=1.5;exitX=1.005;exitY=0.803;entryX=0;entryY=0.5;exitDx=0;exitDy=0;exitPerimeter=0;" target="mem_req_addr" value="">
-           <mxGeometry relative="1" as="geometry">
-             <Array as="points">
-               <mxPoint x="3260" y="1655" />
-             </Array>
-           </mxGeometry>
-         </mxCell>
        <mxCell id="e_mem_req_wdata" edge="1" parent="1" source="mem_if" style="edgeStyle=orthogonalEdgeStyle;rounded=0;orthogonalLoop=1;jettySize=auto;html=1;endArrow=block;endFill=1;strokeWidth=1.5;exitX=1;exitY=0.964;entryX=0.033;entryY=0.469;exitDx=0;exitDy=0;exitPerimeter=0;entryDx=0;entryDy=0;entryPerimeter=0;" target="mem_req_wdata" value="">
          <mxGeometry relative="1" as="geometry">
            <Array as="points">
              <mxPoint x="2850" y="1684" />
            </Array>
          </mxGeometry>
        </mxCell>
        <mxCell id="e_mem_resp_valid_fsm" edge="1" parent="1" source="mem_resp_valid" style="edgeStyle=orthogonalEdgeStyle;rounded=0;orthogonalLoop=1;jettySize=auto;html=1;endArrow=block;endFill=1;strokeWidth=1.5;exitX=0;exitY=0.5;entryX=1;entryY=0.78;" target="fsm" value="">
          <mxGeometry relative="1" as="geometry">
            <Array as="points">
              <mxPoint x="2880" y="1718" />
              <mxPoint x="2880" y="1329" />
            </Array>
          </mxGeometry>
        </mxCell>
        <mxCell id="e_mem_resp_valid_merge" edge="1" parent="1" source="mem_resp_valid" style="edgeStyle=orthogonalEdgeStyle;rounded=0;orthogonalLoop=1;jettySize=auto;html=1;endArrow=block;endFill=1;strokeWidth=1.5;exitX=0;exitY=0.5;" value="">
          <mxGeometry relative="1" as="geometry">
            <Array as="points">
              <mxPoint x="2340" y="1718" />
              <mxPoint x="2340" y="1640" />
            </Array>
            <mxPoint x="2240" y="1640" as="targetPoint" />
          </mxGeometry>
        </mxCell>
        <mxCell id="e_mem_resp_rdata_merge" edge="1" parent="1" source="mem_resp_rdata" style="edgeStyle=orthogonalEdgeStyle;rounded=0;orthogonalLoop=1;jettySize=auto;html=1;endArrow=block;endFill=1;strokeWidth=1.5;exitX=0;exitY=0.5;" value="">
          <mxGeometry relative="1" as="geometry">
            <Array as="points">
              <mxPoint x="2890" y="1805" />
              <mxPoint x="2890" y="1740" />
              <mxPoint x="2320" y="1740" />
              <mxPoint x="2320" y="1670" />
            </Array>
            <mxPoint x="2240" y="1670" as="targetPoint" />
          </mxGeometry>
        </mxCell>
        <mxCell id="lbl_memresp_merge" parent="1" style="text;html=1;whiteSpace=wrap;strokeColor=none;fillColor=#ffffff;align=center;verticalAlign=middle;fontFamily=Comic Sans MS;fontSize=10;" value="&lt;span style=&quot;color: rgb(0, 0, 0); text-align: start; caret-color: rgb(0, 0, 0); white-space: pre-wrap; background-color: rgb(255, 255, 255);&quot;&gt;&lt;font face=&quot;Comic Sans MS&quot; style=&quot;&quot;&gt;state/store_hit_write/&lt;/font&gt;&lt;/span&gt;&lt;div&gt;&lt;span style=&quot;color: rgb(0, 0, 0); text-align: start; caret-color: rgb(0, 0, 0); white-space: pre-wrap; background-color: rgb(255, 255, 255);&quot;&gt;&lt;font face=&quot;Comic Sans MS&quot; style=&quot;&quot;&gt;refill_write&lt;/font&gt;&lt;/span&gt;&amp;nbsp;&lt;/div&gt;" vertex="1">
          <mxGeometry height="20" width="60" x="2270" y="1565" as="geometry" />
        </mxCell>
        <mxCell id="e_clk_req_latch" edge="1" parent="1" source="clk" style="edgeStyle=orthogonalEdgeStyle;rounded=0;orthogonalLoop=1;jettySize=auto;html=1;endArrow=block;endFill=1;strokeWidth=1.5;exitX=1;exitY=0.5;entryX=0.086;entryY=-0.004;entryDx=0;entryDy=0;entryPerimeter=0;" target="req_latch" value="">
          <mxGeometry relative="1" as="geometry">
            <Array as="points">
              <mxPoint x="1730" y="1059" />
            </Array>
          </mxGeometry>
        </mxCell>
        <mxCell id="e_rst_req_latch" edge="1" parent="1" source="rst" style="edgeStyle=orthogonalEdgeStyle;rounded=0;orthogonalLoop=1;jettySize=auto;html=1;endArrow=block;endFill=1;strokeWidth=1.5;exitX=1;exitY=0.5;entryX=0.217;entryY=-0.002;entryDx=0;entryDy=0;entryPerimeter=0;" target="req_latch" value="">
          <mxGeometry relative="1" as="geometry">
            <Array as="points">
              <mxPoint x="1760" y="1090" />
            </Array>
          </mxGeometry>
        </mxCell>
        <mxCell id="e_clk_cache_bram" edge="1" parent="1" source="clk" style="edgeStyle=orthogonalEdgeStyle;rounded=0;orthogonalLoop=1;jettySize=auto;html=1;endArrow=block;endFill=1;strokeWidth=1.5;exitX=1;exitY=0.5;entryX=0.5;entryY=0;" target="cache_bram" value="">
          <mxGeometry relative="1" as="geometry" />
        </mxCell>
        <mxCell id="e_rst_cache_bram" edge="1" parent="1" source="rst" style="edgeStyle=orthogonalEdgeStyle;rounded=0;orthogonalLoop=1;jettySize=auto;html=1;endArrow=block;endFill=1;strokeWidth=1.5;exitX=1;exitY=0.5;entryX=0.624;entryY=0.001;entryDx=0;entryDy=0;entryPerimeter=0;" target="cache_bram" value="">
          <mxGeometry relative="1" as="geometry">
            <Array as="points">
              <mxPoint x="2180" y="1090" />
              <mxPoint x="2180" y="1130" />
            </Array>
          </mxGeometry>
        </mxCell>
        <mxCell id="e_clk_lookup" edge="1" parent="1" source="clk" style="edgeStyle=orthogonalEdgeStyle;rounded=0;orthogonalLoop=1;jettySize=auto;html=1;endArrow=block;endFill=1;strokeWidth=1.5;exitX=1;exitY=0.5;entryX=0.5;entryY=0;" target="lookup" value="">
          <mxGeometry relative="1" as="geometry" />
        </mxCell>
        <mxCell id="e_rst_lookup" edge="1" parent="1" source="rst" style="edgeStyle=orthogonalEdgeStyle;rounded=0;orthogonalLoop=1;jettySize=auto;html=1;endArrow=block;endFill=1;strokeWidth=1.5;exitX=1;exitY=0.5;entryX=0.62;entryY=0;" target="lookup" value="">
          <mxGeometry relative="1" as="geometry">
            <Array as="points">
              <mxPoint x="2503" y="1090" />
              <mxPoint x="2503" y="1095" />
            </Array>
          </mxGeometry>
        </mxCell>
        <mxCell id="e_clk_fsm" edge="1" parent="1" source="clk" style="edgeStyle=orthogonalEdgeStyle;rounded=0;orthogonalLoop=1;jettySize=auto;html=1;endArrow=block;endFill=1;strokeWidth=1.5;exitX=1;exitY=0.5;entryX=0.5;entryY=0;" target="fsm" value="">
          <mxGeometry relative="1" as="geometry" />
        </mxCell>
        <mxCell id="e_rst_fsm" edge="1" parent="1" source="rst" style="edgeStyle=orthogonalEdgeStyle;rounded=0;orthogonalLoop=1;jettySize=auto;html=1;endArrow=block;endFill=1;strokeWidth=1.5;exitX=1;exitY=0.5;entryX=0.62;entryY=0;" target="fsm" value="">
          <mxGeometry relative="1" as="geometry">
            <Array as="points">
              <mxPoint x="2792" y="1090" />
            </Array>
          </mxGeometry>
        </mxCell>
        <mxCell id="4" parent="1" style="text;html=1;whiteSpace=wrap;strokeColor=none;fillColor=#ffffff;align=center;verticalAlign=middle;fontFamily=Comic Sans MS;fontSize=10;" value="mem_resp_valid&amp;nbsp;" vertex="1">
          <mxGeometry height="10" width="80" x="2250" y="1620" as="geometry" />
        </mxCell>
        <mxCell id="5" parent="1" style="text;html=1;whiteSpace=wrap;strokeColor=none;fillColor=#ffffff;align=center;verticalAlign=middle;fontFamily=Comic Sans MS;fontSize=10;" value="mem_resp_rdata" vertex="1">
          <mxGeometry height="10" width="70" x="2255" y="1652.5" as="geometry" />
        </mxCell>
        <mxCell id="7" edge="1" parent="1" source="fsm" style="edgeStyle=orthogonalEdgeStyle;rounded=0;orthogonalLoop=1;jettySize=auto;html=1;endArrow=block;endFill=1;strokeWidth=1.5;exitX=0.206;exitY=1.003;entryX=0.997;entryY=0.411;entryDx=0;entryDy=0;exitDx=0;exitDy=0;exitPerimeter=0;entryPerimeter=0;" target="cpu_resp" value="">
          <mxGeometry relative="1" as="geometry">
            <Array as="points">
              <mxPoint x="2725" y="1386" />
              <mxPoint x="2725" y="1430" />
              <mxPoint x="2570" y="1430" />
              <mxPoint x="2570" y="1760" />
              <mxPoint x="2010" y="1760" />
              <mxPoint x="2010" y="1636" />
            </Array>
            <mxPoint x="2725" y="1395" as="sourcePoint" />
            <mxPoint x="2250" y="1605" as="targetPoint" />
          </mxGeometry>
        </mxCell>
        <mxCell id="8" parent="1" style="text;html=1;whiteSpace=wrap;strokeColor=none;fillColor=#ffffff;align=center;verticalAlign=middle;fontFamily=Comic Sans MS;fontSize=10;" value="&lt;span style=&quot;color: rgb(0, 0, 0); text-align: start; caret-color: rgb(0, 0, 0); white-space: pre-wrap; background-color: rgb(255, 255, 255);&quot;&gt;&lt;font style=&quot;&quot;&gt;req_ready/resp_valid/&lt;/font&gt;&lt;/span&gt;&lt;div&gt;&lt;span style=&quot;color: rgb(0, 0, 0); text-align: start; caret-color: rgb(0, 0, 0); white-space: pre-wrap; background-color: rgb(255, 255, 255);&quot;&gt;&lt;font style=&quot;&quot;&gt;resp_rdata&lt;/font&gt;&lt;/span&gt;&lt;/div&gt;" vertex="1">
          <mxGeometry width="20" x="1900" y="1620" as="geometry" />
        </mxCell>
        <mxCell id="10" edge="1" parent="1" source="mem_if" style="edgeStyle=orthogonalEdgeStyle;rounded=0;orthogonalLoop=1;jettySize=auto;html=1;endArrow=block;endFill=1;strokeWidth=1.5;entryX=0.671;entryY=1.008;entryDx=0;entryDy=0;entryPerimeter=0;exitX=0.75;exitY=0;exitDx=0;exitDy=0;" target="fsm" value="">
          <mxGeometry relative="1" as="geometry">
            <Array as="points" />
            <mxPoint x="2820" y="1440" as="sourcePoint" />
            <mxPoint x="2824" y="1390" as="targetPoint" />
          </mxGeometry>
        </mxCell>
        <mxCell id="12" parent="1" style="text;html=1;whiteSpace=wrap;strokeColor=none;fillColor=#ffffff;align=center;verticalAlign=middle;fontFamily=Comic Sans MS;fontSize=10;" value="&lt;span style=&quot;color: rgb(0, 0, 0); text-align: start; caret-color: rgb(0, 0, 0); white-space: pre-wrap; background-color: rgb(255, 255, 255);&quot;&gt;&lt;font face=&quot;Comic Sans MS&quot; style=&quot;&quot;&gt;saved_addr&lt;/font&gt;&lt;/span&gt;" vertex="1">
          <mxGeometry width="40" x="2600" y="1600" as="geometry" />
        </mxCell>
        <mxCell id="13" edge="1" parent="1" source="fsm" style="edgeStyle=orthogonalEdgeStyle;rounded=0;orthogonalLoop=1;jettySize=auto;html=1;endArrow=block;endFill=1;strokeWidth=1.5;exitX=0.065;exitY=0.997;entryX=0.701;entryY=1.01;entryDx=0;entryDy=0;entryPerimeter=0;exitDx=0;exitDy=0;exitPerimeter=0;" target="cache_bram" value="">
          <mxGeometry relative="1" as="geometry">
            <Array as="points">
              <mxPoint x="2701" y="1410" />
              <mxPoint x="2198" y="1410" />
            </Array>
            <mxPoint x="2725" y="1395" as="sourcePoint" />
            <mxPoint x="2250" y="1605" as="targetPoint" />
          </mxGeometry>
        </mxCell>
        <mxCell id="gMSO8IlLOEOy60AofxWl-13" parent="1" style="rounded=0;whiteSpace=wrap;html=1;fillColor=none;" value="&lt;b style=&quot;font-family: &amp;quot;Microsoft YaHei&amp;quot;; font-size: 14px;&quot;&gt;&lt;font style=&quot;font-size: 16px;&quot;&gt;选择字&lt;/font&gt;&lt;/b&gt;" vertex="1">
          <mxGeometry height="60" width="120" x="2320" y="1775" as="geometry" />
        </mxCell>
        <mxCell id="gMSO8IlLOEOy60AofxWl-17" edge="1" parent="1" source="gMSO8IlLOEOy60AofxWl-13" style="edgeStyle=orthogonalEdgeStyle;rounded=0;orthogonalLoop=1;jettySize=auto;html=1;exitX=0;exitY=0.5;exitDx=0;exitDy=0;entryX=0.978;entryY=0.841;entryDx=0;entryDy=0;entryPerimeter=0;" target="cpu_resp">
          <mxGeometry relative="1" as="geometry">
            <Array as="points">
              <mxPoint x="1980" y="1805" />
              <mxPoint x="1980" y="1741" />
            </Array>
          </mxGeometry>
        </mxCell>
        <mxCell id="gMSO8IlLOEOy60AofxWl-19" edge="1" parent="1" source="req_latch" style="edgeStyle=orthogonalEdgeStyle;rounded=0;orthogonalLoop=1;jettySize=auto;html=1;exitX=0.75;exitY=1;exitDx=0;exitDy=0;entryX=0.317;entryY=0.078;entryDx=0;entryDy=0;entryPerimeter=0;" target="gMSO8IlLOEOy60AofxWl-13">
          <mxGeometry relative="1" as="geometry">
            <Array as="points">
              <mxPoint x="1883" y="1480" />
              <mxPoint x="2358" y="1480" />
            </Array>
          </mxGeometry>
        </mxCell>
        <mxCell id="gMSO8IlLOEOy60AofxWl-20" parent="1" style="text;html=1;whiteSpace=wrap;strokeColor=none;fillColor=none;align=center;verticalAlign=middle;fontFamily=Comic Sans MS;fontSize=10;" value="&lt;span style=&quot;color: rgb(0, 0, 0); text-align: start; caret-color: rgb(0, 0, 0); white-space: pre-wrap; background-color: rgb(255, 255, 255);&quot;&gt;&lt;font face=&quot;Comic Sans MS&quot; style=&quot;&quot;&gt;saved_addr[3:2]&lt;/font&gt;&lt;/span&gt;" vertex="1">
          <mxGeometry height="40" width="60" x="1810" y="1370" as="geometry" />
        </mxCell>
+         <mxCell id="rLdzbJKSDcrguGG6-xQj-14" edge="1" parent="1" source="mem_req_addr" style="edgeStyle=orthogonalEdgeStyle;rounded=0;orthogonalLoop=1;jettySize=auto;html=1;exitX=0;exitY=0.5;exitDx=0;exitDy=0;entryX=0.981;entryY=0.806;entryDx=0;entryDy=0;entryPerimeter=0;endArrow=none;endFill=0;startArrow=classic;startFill=1;" target="mem_if">
+           <mxGeometry relative="1" as="geometry" />
+         </mxCell>
      </root>
    </mxGraphModel>
  </diagram>
</mxfile>
